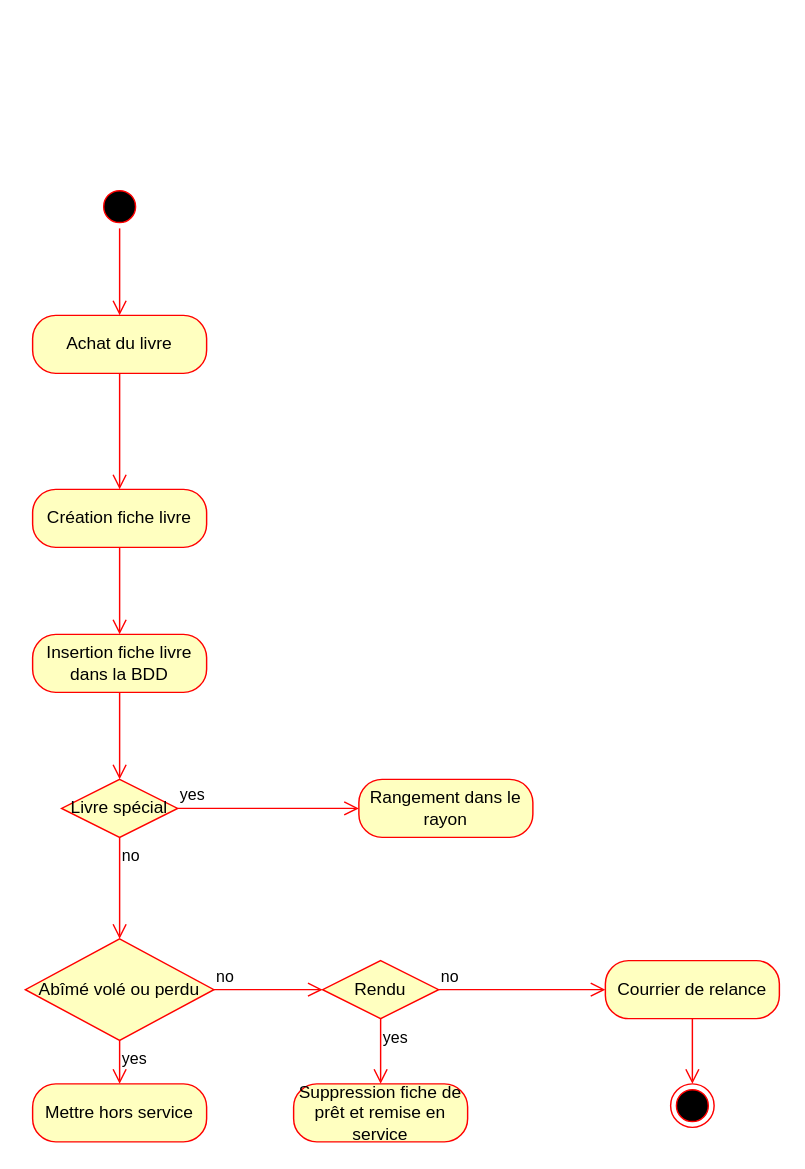
This is Bilhel/CDA/UML/Diagramme d'activité cycle de vie.drawio from bilhel/AFPA, a draw.io file, before an edit. Source tidied: cells renumbered, new cells numbered last; positions are measured from the earlier drawing's top-left corner, leaving out a move shared by most shapes. Both pictures are drawn from the tidied source at 145%, with x=0, y=0 at pixel (25, 184).
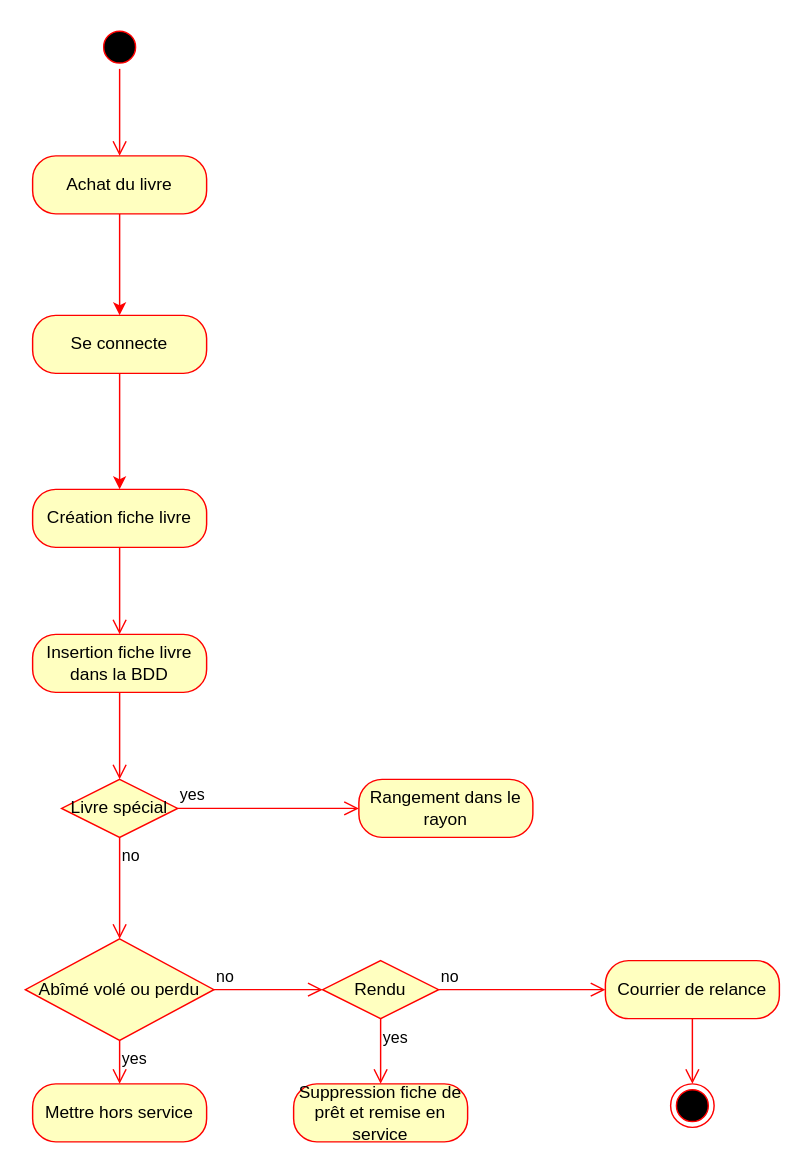
After the change.

The change refers to these unchanged cells:
```xml
<mxCell id="6" value="Création fiche livre" style="rounded=1;whiteSpace=wrap;html=1;arcSize=40;fontColor=#000000;fillColor=#ffffc0;strokeColor=#ff0000;" parent="1" vertex="1">
  <mxGeometry x="5" y="210" width="120" height="40" as="geometry" />
</mxCell>
```

What changed in the source:
```diff
@@
     <mxCell id="2" style="ellipse;html=1;shape=startState;fillColor=#000000;strokeColor=#ff0000;" parent="1" vertex="1">
-      <mxGeometry x="50" width="30" height="30" as="geometry" />
+      <mxGeometry x="50" y="-110" width="30" height="30" as="geometry" />
     </mxCell>
     <mxCell id="3" style="edgeStyle=orthogonalEdgeStyle;html=1;verticalAlign=bottom;endArrow=open;endSize=8;strokeColor=#ff0000;" parent="1" edge="1" source="2">
       <mxGeometry relative="1" as="geometry">
-        <mxPoint x="65" y="90" as="targetPoint" />
+        <mxPoint x="65" y="-20" as="targetPoint" />
       </mxGeometry>
     </mxCell>
+    <mxCell id="25" style="edgeStyle=orthogonalEdgeStyle;rounded=0;jettySize=auto;html=1;strokeColor=#FF0000;" parent="1" edge="1" source="4" target="27">
+      <mxGeometry relative="1" as="geometry">
+        <Array as="points">
+          <mxPoint x="65" y="40" />
+          <mxPoint x="65" y="40" />
+        </Array>
+      </mxGeometry>
+    </mxCell>
     <mxCell id="4" value="Achat du livre" style="rounded=1;whiteSpace=wrap;html=1;arcSize=40;fontColor=#000000;fillColor=#ffffc0;strokeColor=#ff0000;" parent="1" vertex="1">
-      <mxGeometry x="5" y="90" width="120" height="40" as="geometry" />
+      <mxGeometry x="5" y="-20" width="120" height="40" as="geometry" />
     </mxCell>
-    <mxCell id="5" style="edgeStyle=orthogonalEdgeStyle;html=1;verticalAlign=bottom;endArrow=open;endSize=8;strokeColor=#ff0000;entryX=0.5;entryY=0;entryDx=0;entryDy=0;" parent="1" edge="1" source="4">
-      <mxGeometry relative="1" as="geometry">
-        <mxPoint x="65" y="210" as="targetPoint" />
-      </mxGeometry>
-    </mxCell>
@@
+    <mxCell id="26" style="edgeStyle=orthogonalEdgeStyle;rounded=0;jettySize=auto;html=1;fillColor=#e51400;strokeColor=#FF0000;" parent="1" edge="1" source="27" target="6">
+      <mxGeometry relative="1" as="geometry" />
+    </mxCell>
+    <mxCell id="27" value="Se connecte" style="rounded=1;whiteSpace=wrap;html=1;arcSize=40;fontColor=#000000;fillColor=#ffffc0;strokeColor=#ff0000;" parent="1" vertex="1">
+      <mxGeometry x="5" y="90" width="120" height="40" as="geometry" />
+    </mxCell>
```
